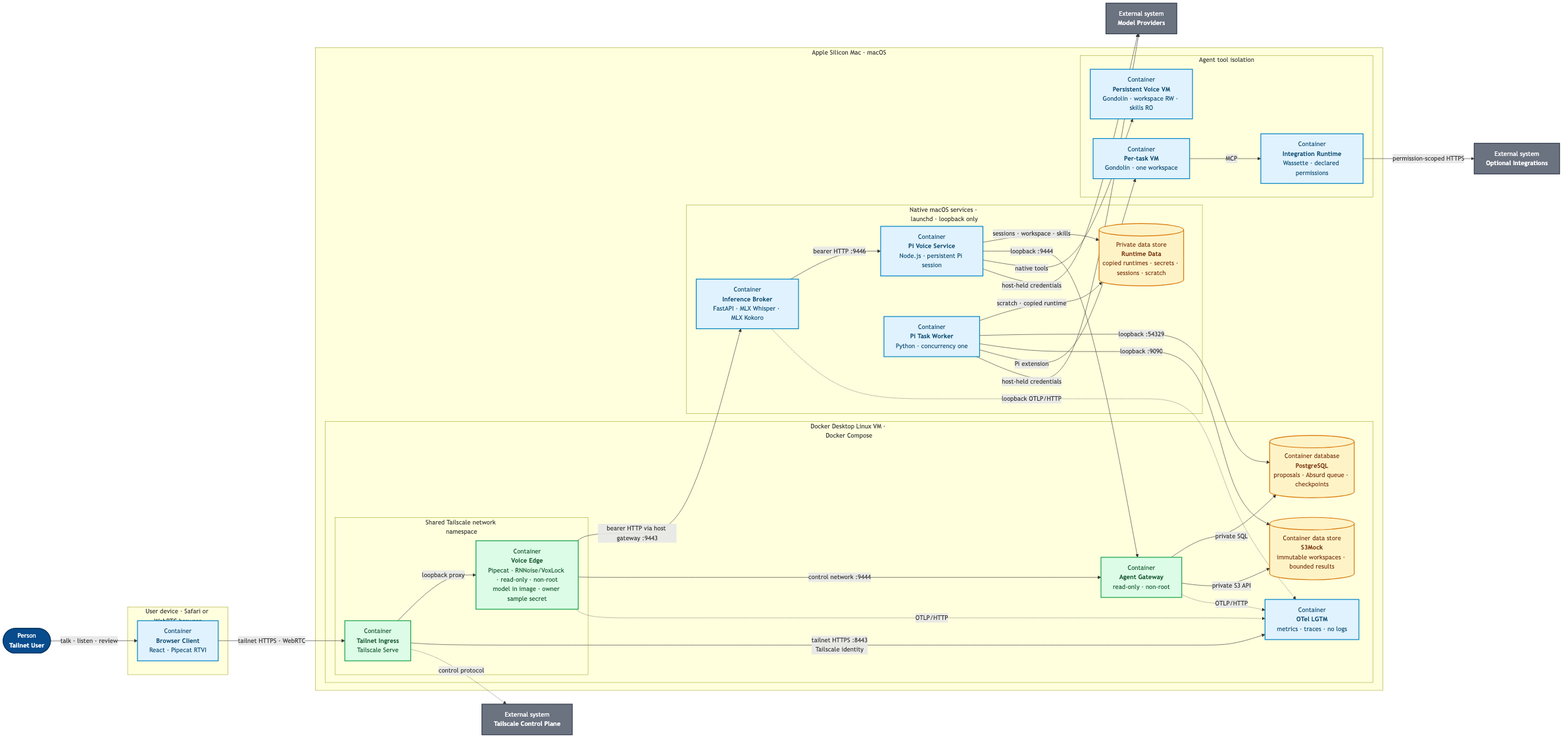
Earlier version of the Mermaid export products/voice-agent/docs/architecture/deployment-security.png (ragavsathish/agent-workload-platform). Its source is kept beside it as products/voice-agent/docs/architecture/deployment-security.mmd. Source of this version:
```mermaid
flowchart LR
    USER(["Person<br/><b>Tailnet User</b>"])
    CONTROL["External system<br/><b>Tailscale Control Plane</b>"]
    MODELS["External system<br/><b>Model Providers</b>"]
    EXTERNAL["External system<br/><b>Optional Integrations</b>"]

    subgraph DEVICE["User device · Safari or WebRTC browser"]
        BROWSER["Container<br/><b>Browser Client</b><br/>React · Pipecat RTVI"]
    end

    subgraph MAC["Apple Silicon Mac · macOS"]
        direction LR

        subgraph DOCKER["Docker Desktop Linux VM · Docker Compose"]
            direction TB
            subgraph EDGE_NS["Shared Tailscale network namespace"]
                direction LR
                INGRESS["Container<br/><b>Tailnet Ingress</b><br/>Tailscale Serve"]
                EDGE["Container<br/><b>Voice Edge</b><br/>Pipecat · RNNoise/VoxLock · read-only · non-root<br/>model in image · owner sample secret"]
                INGRESS -->|"loopback proxy"| EDGE
            end
            GATEWAY["Container<br/><b>Agent Gateway</b><br/>read-only · non-root"]
            POSTGRES[("Container database<br/><b>PostgreSQL</b><br/>proposals · Absurd queue · checkpoints")]
            S3[("Container data store<br/><b>S3Mock</b><br/>immutable workspaces · bounded results")]
            OTEL["Container<br/><b>OTel LGTM</b><br/>metrics · traces · no logs"]
            GATEWAY -->|"private SQL"| POSTGRES
            GATEWAY -->|"private S3 API"| S3
        end

        subgraph NATIVE["Native macOS services · launchd · loopback only"]
            direction TB
            BROKER["Container<br/><b>Inference Broker</b><br/>FastAPI · MLX Whisper · MLX Kokoro"]
            PI["Container<br/><b>Pi Voice Service</b><br/>Node.js · persistent Pi session"]
            WORKER["Container<br/><b>Pi Task Worker</b><br/>Python · concurrency one"]
            RUNTIME[("Private data store<br/><b>Runtime Data</b><br/>copied runtimes · secrets · sessions · scratch")]
            BROKER -->|"bearer HTTP :9446"| PI
            PI -->|"sessions · workspace · skills"| RUNTIME
            WORKER -->|"scratch · copied runtime"| RUNTIME
        end

        subgraph ISOLATION["Agent tool isolation"]
            direction TB
            VOICE_VM["Container<br/><b>Persistent Voice VM</b><br/>Gondolin · workspace RW · skills RO"]
            TASK_VM["Container<br/><b>Per-task VM</b><br/>Gondolin · one workspace"]
            WASSETTE["Container<br/><b>Integration Runtime</b><br/>Wassette · declared permissions"]
            TASK_VM -->|"MCP"| WASSETTE
        end

        EDGE -->|"bearer HTTP via host gateway :9443"| BROKER
        EDGE -->|"control network :9444"| GATEWAY
        PI -->|"loopback :9444"| GATEWAY
        WORKER -->|"loopback :54329"| POSTGRES
        WORKER -->|"loopback :9090"| S3
        PI -->|"native tools"| VOICE_VM
        WORKER -->|"Pi extension"| TASK_VM
        EDGE -.->|"OTLP/HTTP"| OTEL
        GATEWAY -.->|"OTLP/HTTP"| OTEL
        BROKER -.->|"loopback OTLP/HTTP"| OTEL
        INGRESS -->|"tailnet HTTPS :8443<br/>Tailscale identity"| OTEL
    end

    USER -->|"talk · listen · review"| BROWSER
    BROWSER -->|"tailnet HTTPS · WebRTC"| INGRESS
    INGRESS -.->|"control protocol"| CONTROL
    PI -->|"host-held credentials"| MODELS
    WORKER -->|"host-held credentials"| MODELS
    WASSETTE -->|"permission-scoped HTTPS"| EXTERNAL

    classDef person fill:#084c8d,color:#fff,stroke:#05345f,stroke-width:2px;
    classDef external fill:#6b7280,color:#fff,stroke:#374151,stroke-width:2px;
    classDef container fill:#e0f2fe,color:#0c4a6e,stroke:#0284c7,stroke-width:2px;
    classDef security fill:#dcfce7,color:#14532d,stroke:#16a34a,stroke-width:2px;
    classDef data fill:#fef3c7,color:#78350f,stroke:#d97706,stroke-width:2px;
    class USER person;
    class CONTROL,MODELS,EXTERNAL external;
    class BROWSER,BROKER,PI,WORKER,VOICE_VM,TASK_VM,WASSETTE,OTEL container;
    class INGRESS,EDGE,GATEWAY security;
    class POSTGRES,S3,RUNTIME data;
```
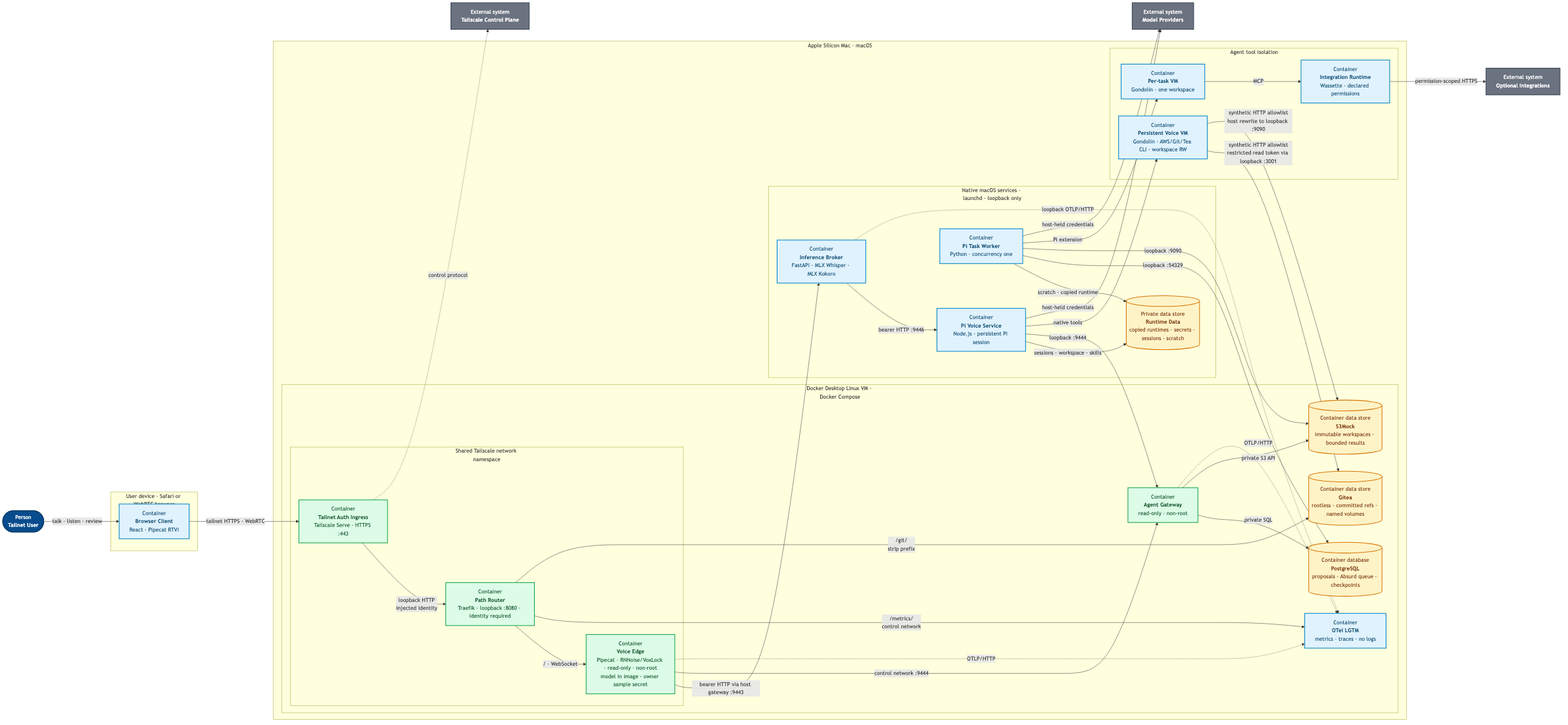
Later version of the same file.

The edit, as a diff of the source:
```diff
@@ -15,13 +15,16 @@
             direction TB
             subgraph EDGE_NS["Shared Tailscale network namespace"]
                 direction LR
-                INGRESS["Container<br/><b>Tailnet Ingress</b><br/>Tailscale Serve"]
+                INGRESS["Container<br/><b>Tailnet Auth Ingress</b><br/>Tailscale Serve · HTTPS :443"]
+                ROUTER["Container<br/><b>Path Router</b><br/>Traefik · loopback :8080 · identity required"]
                 EDGE["Container<br/><b>Voice Edge</b><br/>Pipecat · RNNoise/VoxLock · read-only · non-root<br/>model in image · owner sample secret"]
-                INGRESS -->|"loopback proxy"| EDGE
+                INGRESS -->|"loopback HTTP<br/>injected identity"| ROUTER
+                ROUTER -->|"/ · WebSocket"| EDGE
             end
             GATEWAY["Container<br/><b>Agent Gateway</b><br/>read-only · non-root"]
             POSTGRES[("Container database<br/><b>PostgreSQL</b><br/>proposals · Absurd queue · checkpoints")]
             S3[("Container data store<br/><b>S3Mock</b><br/>immutable workspaces · bounded results")]
+            GITEA[("Container data store<br/><b>Gitea</b><br/>rootless · committed refs · named volumes")]
             OTEL["Container<br/><b>OTel LGTM</b><br/>metrics · traces · no logs"]
             GATEWAY -->|"private SQL"| POSTGRES
             GATEWAY -->|"private S3 API"| S3
@@ -40,7 +43,7 @@
 
         subgraph ISOLATION["Agent tool isolation"]
             direction TB
-            VOICE_VM["Container<br/><b>Persistent Voice VM</b><br/>Gondolin · workspace RW · skills RO"]
+            VOICE_VM["Container<br/><b>Persistent Voice VM</b><br/>Gondolin · AWS/Git/Tea CLI · workspace RW"]
             TASK_VM["Container<br/><b>Per-task VM</b><br/>Gondolin · one workspace"]
             WASSETTE["Container<br/><b>Integration Runtime</b><br/>Wassette · declared permissions"]
             TASK_VM -->|"MCP"| WASSETTE
@@ -53,10 +56,13 @@
         WORKER -->|"loopback :9090"| S3
         PI -->|"native tools"| VOICE_VM
         WORKER -->|"Pi extension"| TASK_VM
+        VOICE_VM -->|"synthetic HTTP allowlist<br/>restricted read token via loopback :3001"| GITEA
+        VOICE_VM -->|"synthetic HTTP allowlist<br/>host rewrite to loopback :9090"| S3
         EDGE -.->|"OTLP/HTTP"| OTEL
         GATEWAY -.->|"OTLP/HTTP"| OTEL
         BROKER -.->|"loopback OTLP/HTTP"| OTEL
-        INGRESS -->|"tailnet HTTPS :8443<br/>Tailscale identity"| OTEL
+        ROUTER -->|"/metrics/<br/>control network"| OTEL
+        ROUTER -->|"/git/<br/>strip prefix"| GITEA
     end
 
     USER -->|"talk · listen · review"| BROWSER
@@ -74,5 +80,5 @@
     class USER person;
     class CONTROL,MODELS,EXTERNAL external;
     class BROWSER,BROKER,PI,WORKER,VOICE_VM,TASK_VM,WASSETTE,OTEL container;
-    class INGRESS,EDGE,GATEWAY security;
-    class POSTGRES,S3,RUNTIME data;
+    class INGRESS,ROUTER,EDGE,GATEWAY security;
+    class POSTGRES,S3,GITEA,RUNTIME data;
```
